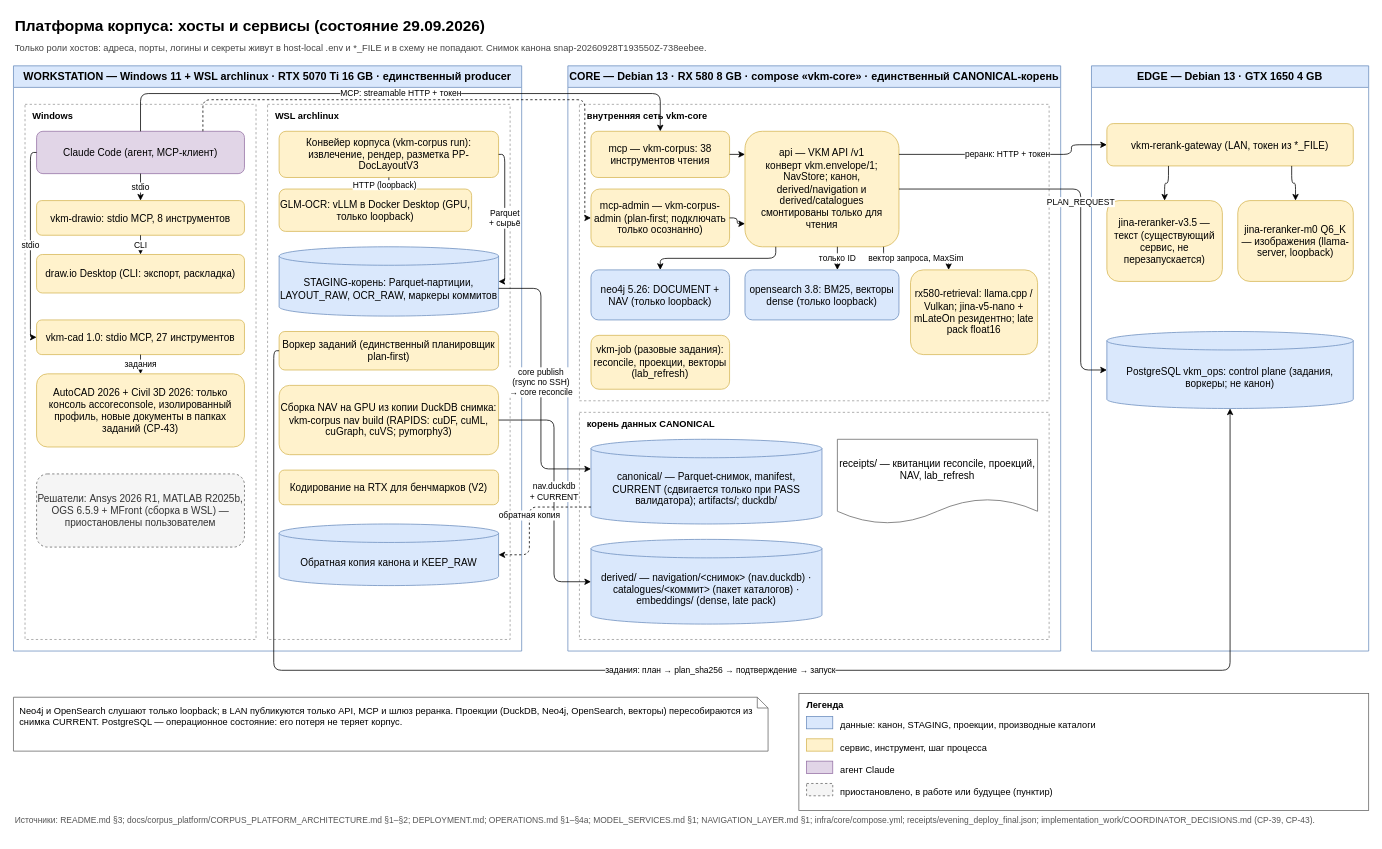
This is docs/diagrams/platform_hosts.drawio from SUKUNA-AI/vkm-subsidence-forecasting, a draw.io file, before an edit. Source tidied: cells renumbered, new cells numbered last; positions are measured from the earlier drawing's top-left corner, leaving out a move shared by most shapes. Both pictures are drawn from the tidied source at 77%, with x=0, y=0 at pixel (13, 13).
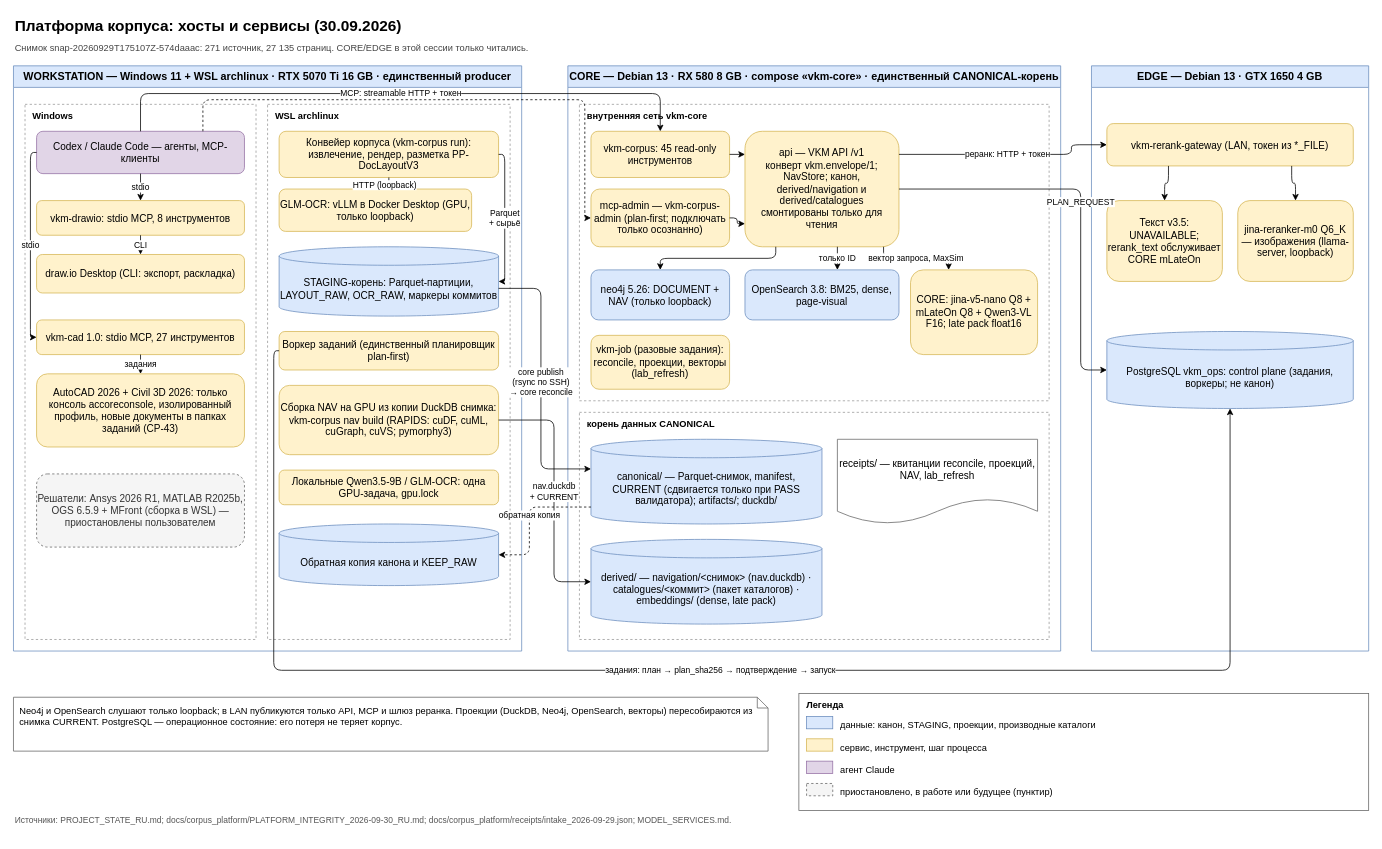
The same diagram, later.

Unchanged cells that the change refers to:
```xml
<mxCell id="5" value="Windows" style="align=left;dashed=1;fillColor=none;fontSize=12;fontStyle=1;html=1;rounded=0;spacingLeft=8;spacingTop=2;strokeColor=#999999;verticalAlign=top;whiteSpace=wrap;" parent="4" vertex="1">
  <mxGeometry x="15" y="50" width="300" height="695" as="geometry" />
</mxCell>
<mxCell id="12" value="WSL archlinux" style="align=left;dashed=1;fillColor=none;fontSize=12;fontStyle=1;html=1;rounded=0;spacingLeft=8;spacingTop=2;strokeColor=#999999;verticalAlign=top;whiteSpace=wrap;" parent="4" vertex="1">
  <mxGeometry x="330" y="50" width="315" height="695" as="geometry" />
</mxCell>
<mxCell id="21" value="внутренняя сеть vkm-core" style="align=left;dashed=1;fillColor=none;fontSize=12;fontStyle=1;html=1;rounded=0;spacingLeft=8;spacingTop=2;strokeColor=#999999;verticalAlign=top;whiteSpace=wrap;" parent="20" vertex="1">
  <mxGeometry x="15" y="50" width="610" height="385" as="geometry" />
</mxCell>
<mxCell id="33" value="EDGE — Debian 13 · GTX 1650 4 GB" style="swimlane;fillColor=#dae8fc;fontSize=14;fontStyle=1;html=1;rounded=0;startSize=28;strokeColor=#6c8ebf;swimlaneFillColor=#ffffff;whiteSpace=wrap;" parent="1" vertex="1">
  <mxGeometry x="1400" y="68" width="360" height="760" as="geometry" />
</mxCell>
```

What changed in the source:
```diff
@@
-    <mxCell id="2" value="Платформа корпуса: хосты и сервисы (состояние 29.09.2026)" style="text;align=left;fontSize=20;fontStyle=1;html=1;verticalAlign=middle;whiteSpace=wrap;" parent="1" vertex="1">
+    <mxCell id="2" value="Платформа корпуса: хосты и сервисы (30.09.2026)" style="text;align=left;fontSize=20;fontStyle=1;html=1;verticalAlign=middle;whiteSpace=wrap;" parent="1" vertex="1">
       <mxGeometry width="1760" height="30" as="geometry" />
     </mxCell>
-    <mxCell id="3" value="Только роли хостов: адреса, порты, логины и секреты живут в host-local .env и *_FILE и в схему не попадают. Снимок канона snap-20260928T193550Z-738eebee." style="text;align=left;fontColor=#444444;fontSize=12;html=1;verticalAlign=middle;whiteSpace=wrap;" parent="1" vertex="1">
+    <mxCell id="3" value="Снимок snap-20260929T175107Z-574daaac: 271 источник, 27 135 страниц. CORE/EDGE в этой сессии только читались." style="text;align=left;fontColor=#444444;fontSize=12;html=1;verticalAlign=middle;whiteSpace=wrap;" parent="1" vertex="1">
       <mxGeometry y="32" width="1760" height="25" as="geometry" />
     </mxCell>
@@
-    <mxCell id="6" value="Claude Code (агент, MCP-клиент)" style="fillColor=#e1d5e7;fontSize=13;html=1;rounded=1;strokeColor=#9673a6;whiteSpace=wrap;" parent="5" vertex="1">
+    <mxCell id="6" value="Codex / Claude Code — агенты, MCP-клиенты" style="fillColor=#e1d5e7;fontSize=13;html=1;rounded=1;strokeColor=#9673a6;whiteSpace=wrap;" parent="5" vertex="1">
       <mxGeometry x="15" y="35" width="270" height="55" as="geometry" />
     </mxCell>
@@
-    <mxCell id="18" value="Кодирование на RTX для бенчмарков (V2)" style="fillColor=#fff2cc;fontSize=13;html=1;rounded=1;strokeColor=#d6b656;whiteSpace=wrap;" parent="12" vertex="1">
+    <mxCell id="18" value="Локальные Qwen3.5-9B / GLM-OCR: одна GPU-задача, gpu.lock" style="fillColor=#fff2cc;fontSize=13;html=1;rounded=1;strokeColor=#d6b656;whiteSpace=wrap;" parent="12" vertex="1">
       <mxGeometry x="15" y="475" width="285" height="45" as="geometry" />
     </mxCell>
@@
-    <mxCell id="22" value="mcp — vkm-corpus: 38 инструментов чтения" style="fillColor=#fff2cc;fontSize=13;html=1;rounded=1;strokeColor=#d6b656;whiteSpace=wrap;" parent="21" vertex="1">
+    <mxCell id="22" value="vkm-corpus: 45 read-only инструментов" style="fillColor=#fff2cc;fontSize=13;html=1;rounded=1;strokeColor=#d6b656;whiteSpace=wrap;" parent="21" vertex="1">
       <mxGeometry x="15" y="35" width="180" height="60" as="geometry" />
     </mxCell>
@@
-    <mxCell id="26" value="opensearch 3.8: BM25, векторы dense (только loopback)" style="fillColor=#dae8fc;fontSize=13;html=1;rounded=1;strokeColor=#6c8ebf;whiteSpace=wrap;" parent="21" vertex="1">
+    <mxCell id="26" value="OpenSearch 3.8: BM25, dense, page-visual" style="fillColor=#dae8fc;fontSize=13;html=1;rounded=1;strokeColor=#6c8ebf;whiteSpace=wrap;" parent="21" vertex="1">
       <mxGeometry x="215" y="215" width="200" height="65" as="geometry" />
     </mxCell>
-    <mxCell id="27" value="rx580-retrieval: llama.cpp / Vulkan; jina-v5-nano + mLateOn резидентно; late pack float16" style="fillColor=#fff2cc;fontSize=13;html=1;rounded=1;strokeColor=#d6b656;whiteSpace=wrap;" parent="21" vertex="1">
+    <mxCell id="27" value="CORE: jina-v5-nano Q8 + mLateOn Q8 + Qwen3-VL F16; late pack float16" style="fillColor=#fff2cc;fontSize=13;html=1;rounded=1;strokeColor=#d6b656;whiteSpace=wrap;" parent="21" vertex="1">
       <mxGeometry x="430" y="215" width="165" height="110" as="geometry" />
     </mxCell>
@@
-    <mxCell id="35" value="jina-reranker-v3.5 — текст (существующий сервис, не перезапускается)" style="fillColor=#fff2cc;fontSize=13;html=1;rounded=1;strokeColor=#d6b656;whiteSpace=wrap;" parent="33" vertex="1">
+    <mxCell id="35" value="Текст v3.5: UNAVAILABLE; rerank_text обслуживает CORE mLateOn" style="fillColor=#fff2cc;fontSize=13;html=1;rounded=1;strokeColor=#d6b656;whiteSpace=wrap;" parent="33" vertex="1">
       <mxGeometry x="20" y="175" width="150" height="105" as="geometry" />
     </mxCell>
@@
-    <mxCell id="48" value="Источники: README.md §3; docs/corpus_platform/CORPUS_PLATFORM_ARCHITECTURE.md §1–§2; DEPLOYMENT.md; OPERATIONS.md §1–§4a; MODEL_SERVICES.md §1; NAVIGATION_LAYER.md §1; infra/core/compose.yml; receipts/evening_deploy_final.json; implementation_work/COORDINATOR_DECISIONS.md (CP-39, CP-43)." style="text;align=left;fontColor=#555555;fontSize=11;html=1;verticalAlign=middle;whiteSpace=wrap;" parent="1" vertex="1">
+    <mxCell id="48" value="Источники: PROJECT_STATE_RU.md; docs/corpus_platform/PLATFORM_INTEGRITY_2026-09-30_RU.md; docs/corpus_platform/receipts/intake_2026-09-29.json; MODEL_SERVICES.md." style="text;align=left;fontColor=#555555;fontSize=11;html=1;verticalAlign=middle;whiteSpace=wrap;" parent="1" vertex="1">
       <mxGeometry y="1028" width="1760" height="40" as="geometry" />
     </mxCell>
```
